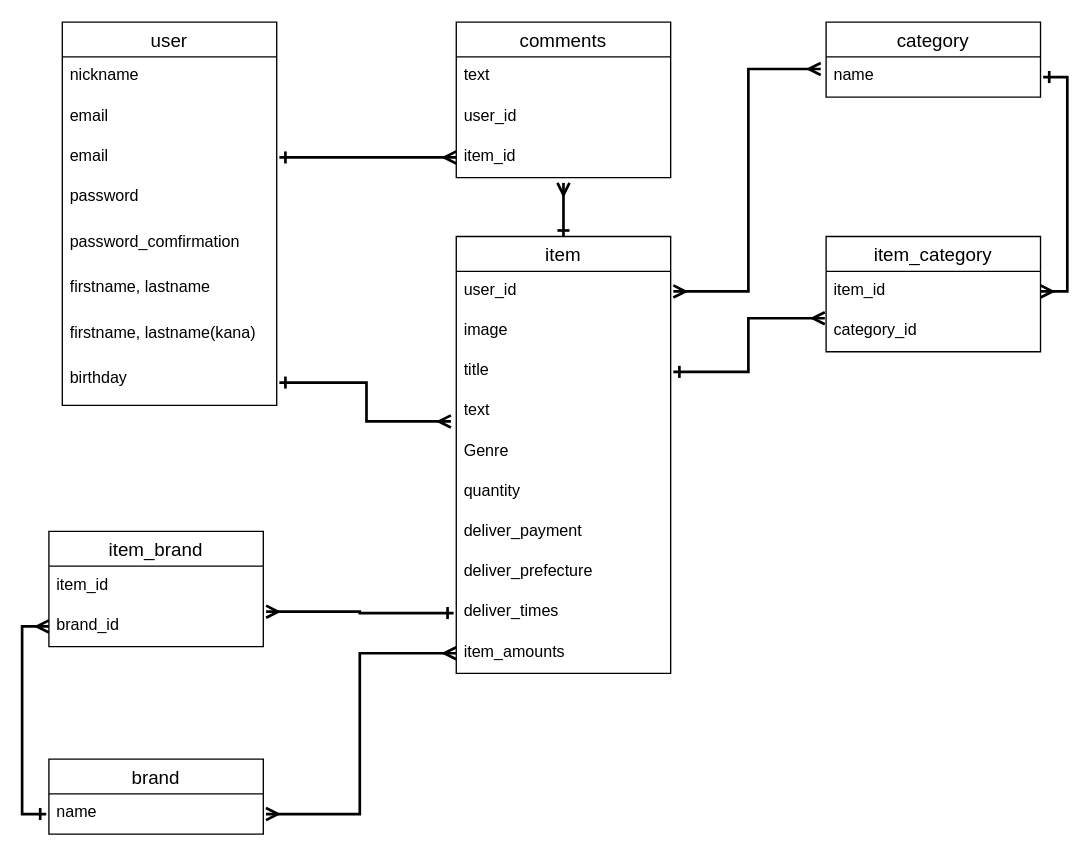
takaya-kinjo/furima-35167 keeps this draw.io diagram as test.dio. Above is the earlier version. Source tidied: cells renumbered, new cells numbered last; positions are measured from the earlier drawing's top-left corner, leaving out a move shared by most shapes. Both pictures are drawn from the tidied source at 134%, with x=0, y=0 at pixel (48, 21).
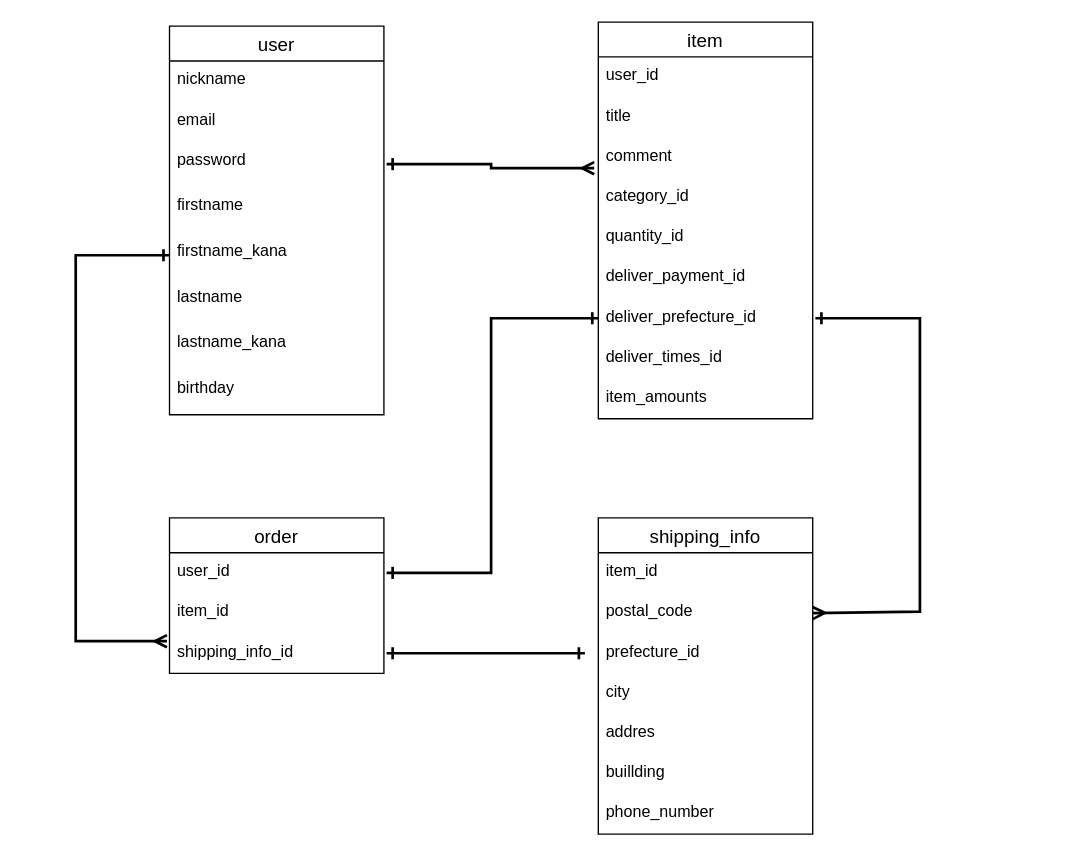
Above is the later version.

The change refers to these unchanged cells:
```xml
<mxCell id="18" value="user_id" style="text;strokeColor=none;fillColor=none;spacingLeft=4;spacingRight=4;overflow=hidden;points=[[0,0.5],[1,0.5]];portConstraint=eastwest;fontSize=12;" parent="17" vertex="1">
  <mxGeometry y="26" width="160" height="30" as="geometry" />
</mxCell>
```

What changed in the source:
```diff
@@
     <mxCell id="2" value="user" style="swimlane;fontStyle=0;horizontal=1;startSize=26;align=center;fontSize=14;" parent="1" vertex="1">
-      <mxGeometry x="10" width="160" height="286" as="geometry" />
+      <mxGeometry x="90" y="3" width="160" height="290" as="geometry" />
     </mxCell>
@@
-    <mxCell id="4" value="email" style="text;strokeColor=none;fillColor=none;spacingLeft=4;spacingRight=4;overflow=hidden;fontSize=12;" parent="2" vertex="1">
-      <mxGeometry y="56" width="160" height="30" as="geometry" />
-    </mxCell>
     <mxCell id="5" value="email" style="text;strokeColor=none;fillColor=none;spacingLeft=4;spacingRight=4;overflow=hidden;points=[[0,0.5],[1,0.5]];portConstraint=eastwest;fontSize=12;" parent="2" vertex="1">
-      <mxGeometry y="86" width="160" height="30" as="geometry" />
+      <mxGeometry y="56" width="160" height="30" as="geometry" />
     </mxCell>
     <mxCell id="6" value="password" style="text;strokeColor=none;fillColor=none;spacingLeft=4;spacingRight=4;overflow=hidden;points=[[0,0.5],[1,0.5]];portConstraint=eastwest;fontSize=12;" parent="2" vertex="1">
-      <mxGeometry y="116" width="160" height="34" as="geometry" />
+      <mxGeometry y="86" width="160" height="34" as="geometry" />
     </mxCell>
-    <mxCell id="7" value="password_comfirmation" style="text;strokeColor=none;fillColor=none;spacingLeft=4;spacingRight=4;overflow=hidden;fontSize=12;" parent="2" vertex="1">
-      <mxGeometry y="150" width="160" height="34" as="geometry" />
-    </mxCell>
+    <mxCell id="45" value="firstname" style="text;strokeColor=none;fillColor=none;spacingLeft=4;spacingRight=4;overflow=hidden;fontSize=12;" parent="2" vertex="1">
+      <mxGeometry y="120" width="160" height="34" as="geometry" />
+    </mxCell>
-    <mxCell id="8" value="firstname, lastname" style="text;strokeColor=none;fillColor=none;spacingLeft=4;spacingRight=4;overflow=hidden;points=[[0,0.5],[1,0.5]];portConstraint=eastwest;fontSize=12;" parent="2" vertex="1">
-      <mxGeometry y="184" width="160" height="34" as="geometry" />
+    <mxCell id="8" value="firstname_kana" style="text;strokeColor=none;fillColor=none;spacingLeft=4;spacingRight=4;overflow=hidden;points=[[0,0.5],[1,0.5]];portConstraint=eastwest;fontSize=12;" parent="2" vertex="1">
+      <mxGeometry y="154" width="160" height="34" as="geometry" />
     </mxCell>
+    <mxCell id="46" value="lastname" style="text;strokeColor=none;fillColor=none;spacingLeft=4;spacingRight=4;overflow=hidden;fontSize=12;" parent="2" vertex="1">
+      <mxGeometry y="188" width="160" height="34" as="geometry" />
+    </mxCell>
-    <mxCell id="9" value="firstname, lastname(kana)" style="text;strokeColor=none;fillColor=none;spacingLeft=4;spacingRight=4;overflow=hidden;fontSize=12;" parent="2" vertex="1">
-      <mxGeometry y="218" width="160" height="34" as="geometry" />
+    <mxCell id="9" value="lastname_kana" style="text;strokeColor=none;fillColor=none;spacingLeft=4;spacingRight=4;overflow=hidden;fontSize=12;" parent="2" vertex="1">
+      <mxGeometry y="222" width="160" height="34" as="geometry" />
     </mxCell>
     <mxCell id="10" value="birthday" style="text;strokeColor=none;fillColor=none;spacingLeft=4;spacingRight=4;overflow=hidden;points=[[0,0.5],[1,0.5]];portConstraint=eastwest;fontSize=12;" parent="2" vertex="1">
-      <mxGeometry y="252" width="160" height="34" as="geometry" />
+      <mxGeometry y="256" width="160" height="34" as="geometry" />
     </mxCell>
-    <mxCell id="11" value="comments" style="swimlane;fontStyle=0;horizontal=1;startSize=26;align=center;fontSize=14;" parent="1" vertex="1">
-      <mxGeometry x="304" width="160" height="116" as="geometry" />
-    </mxCell>
-    <mxCell id="12" value="text" style="text;strokeColor=none;fillColor=none;spacingLeft=4;spacingRight=4;overflow=hidden;fontSize=12;" parent="11" vertex="1">
-      <mxGeometry y="26" width="160" height="30" as="geometry" />
-    </mxCell>
-    <mxCell id="13" value="user_id" style="text;strokeColor=none;fillColor=none;spacingLeft=4;spacingRight=4;overflow=hidden;points=[[0,0.5],[1,0.5]];portConstraint=eastwest;fontSize=12;" parent="11" vertex="1">
-      <mxGeometry y="56" width="160" height="30" as="geometry" />
-    </mxCell>
-    <mxCell id="14" value="item_id" style="text;strokeColor=none;fillColor=none;spacingLeft=4;spacingRight=4;overflow=hidden;points=[[0,0.5],[1,0.5]];portConstraint=eastwest;fontSize=12;" parent="11" vertex="1">
-      <mxGeometry y="86" width="160" height="30" as="geometry" />
-    </mxCell>
-    <mxCell id="15" style="edgeStyle=orthogonalEdgeStyle;rounded=0;jettySize=auto;html=1;entryX=0;entryY=0.5;entryDx=0;entryDy=0;startArrow=ERone;startFill=0;endArrow=ERmany;endFill=0;strokeWidth=2;targetPerimeterSpacing=2;sourcePerimeterSpacing=2;" parent="1" edge="1" source="5" target="14">
-      <mxGeometry relative="1" as="geometry" />
-    </mxCell>
-    <mxCell id="16" style="edgeStyle=orthogonalEdgeStyle;rounded=0;jettySize=auto;html=1;exitX=0.5;exitY=0;exitDx=0;exitDy=0;startArrow=ERone;startFill=0;sourcePerimeterSpacing=2;endArrow=ERmany;endFill=0;targetPerimeterSpacing=2;strokeWidth=2;" parent="1" edge="1" source="17">
-      <mxGeometry relative="1" as="geometry">
-        <mxPoint x="384" y="120" as="targetPoint" />
-      </mxGeometry>
-    </mxCell>
     <mxCell id="17" value="item" style="swimlane;fontStyle=0;horizontal=1;startSize=26;align=center;fontSize=14;" parent="1" vertex="1">
-      <mxGeometry x="304" y="160" width="160" height="326" as="geometry" />
+      <mxGeometry x="410" width="160" height="296" as="geometry" />
     </mxCell>
@@
-    <mxCell id="19" value="image" style="text;strokeColor=none;fillColor=none;spacingLeft=4;spacingRight=4;overflow=hidden;fontSize=12;" parent="17" vertex="1">
-      <mxGeometry y="56" width="160" height="30" as="geometry" />
-    </mxCell>
     <mxCell id="20" value="title" style="text;strokeColor=none;fillColor=none;spacingLeft=4;spacingRight=4;overflow=hidden;points=[[0,0.5],[1,0.5]];portConstraint=eastwest;fontSize=12;" parent="17" vertex="1">
-      <mxGeometry y="86" width="160" height="30" as="geometry" />
+      <mxGeometry y="56" width="160" height="30" as="geometry" />
     </mxCell>
-    <mxCell id="21" value="text" style="text;strokeColor=none;fillColor=none;spacingLeft=4;spacingRight=4;overflow=hidden;points=[[0,0.5],[1,0.5]];portConstraint=eastwest;fontSize=12;" parent="17" vertex="1">
-      <mxGeometry y="116" width="160" height="30" as="geometry" />
+    <mxCell id="21" value="comment" style="text;strokeColor=none;fillColor=none;spacingLeft=4;spacingRight=4;overflow=hidden;points=[[0,0.5],[1,0.5]];portConstraint=eastwest;fontSize=12;" parent="17" vertex="1">
+      <mxGeometry y="86" width="160" height="30" as="geometry" />
     </mxCell>
-    <mxCell id="22" value="Genre" style="text;strokeColor=none;fillColor=none;spacingLeft=4;spacingRight=4;overflow=hidden;fontSize=12;" parent="17" vertex="1">
-      <mxGeometry y="146" width="160" height="30" as="geometry" />
+    <mxCell id="22" value="category_id" style="text;strokeColor=none;fillColor=none;spacingLeft=4;spacingRight=4;overflow=hidden;fontSize=12;" parent="17" vertex="1">
+      <mxGeometry y="116" width="160" height="30" as="geometry" />
     </mxCell>
-    <mxCell id="23" value="quantity" style="text;strokeColor=none;fillColor=none;spacingLeft=4;spacingRight=4;overflow=hidden;fontSize=12;" parent="17" vertex="1">
-      <mxGeometry y="176" width="160" height="30" as="geometry" />
+    <mxCell id="23" value="quantity_id" style="text;strokeColor=none;fillColor=none;spacingLeft=4;spacingRight=4;overflow=hidden;fontSize=12;" parent="17" vertex="1">
+      <mxGeometry y="146" width="160" height="30" as="geometry" />
     </mxCell>
-    <mxCell id="24" value="deliver_payment" style="text;strokeColor=none;fillColor=none;spacingLeft=4;spacingRight=4;overflow=hidden;fontSize=12;" parent="17" vertex="1">
-      <mxGeometry y="206" width="160" height="30" as="geometry" />
+    <mxCell id="24" value="deliver_payment_id" style="text;strokeColor=none;fillColor=none;spacingLeft=4;spacingRight=4;overflow=hidden;fontSize=12;" parent="17" vertex="1">
+      <mxGeometry y="176" width="160" height="30" as="geometry" />
     </mxCell>
-    <mxCell id="25" value="deliver_prefecture" style="text;strokeColor=none;fillColor=none;spacingLeft=4;spacingRight=4;overflow=hidden;points=[[0,0.5],[1,0.5]];portConstraint=eastwest;fontSize=12;" parent="17" vertex="1">
-      <mxGeometry y="236" width="160" height="30" as="geometry" />
+    <mxCell id="25" value="deliver_prefecture_id" style="text;strokeColor=none;fillColor=none;spacingLeft=4;spacingRight=4;overflow=hidden;points=[[0,0.5],[1,0.5]];portConstraint=eastwest;fontSize=12;" parent="17" vertex="1">
+      <mxGeometry y="206" width="160" height="30" as="geometry" />
     </mxCell>
-    <mxCell id="26" value="deliver_times" style="text;strokeColor=none;fillColor=none;spacingLeft=4;spacingRight=4;overflow=hidden;points=[[0,0.5],[1,0.5]];portConstraint=eastwest;fontSize=12;" parent="17" vertex="1">
-      <mxGeometry y="266" width="160" height="30" as="geometry" />
+    <mxCell id="26" value="deliver_times_id" style="text;strokeColor=none;fillColor=none;spacingLeft=4;spacingRight=4;overflow=hidden;points=[[0,0.5],[1,0.5]];portConstraint=eastwest;fontSize=12;" parent="17" vertex="1">
+      <mxGeometry y="236" width="160" height="30" as="geometry" />
     </mxCell>
     <mxCell id="27" value="item_amounts" style="text;strokeColor=none;fillColor=none;spacingLeft=4;spacingRight=4;overflow=hidden;points=[[0,0.5],[1,0.5]];portConstraint=eastwest;fontSize=12;" parent="17" vertex="1">
-      <mxGeometry y="296" width="160" height="30" as="geometry" />
+      <mxGeometry y="266" width="160" height="30" as="geometry" />
     </mxCell>
-    <mxCell id="28" style="edgeStyle=orthogonalEdgeStyle;rounded=0;jettySize=auto;html=1;entryX=-0.025;entryY=0.733;entryDx=0;entryDy=0;entryPerimeter=0;startArrow=ERone;startFill=0;sourcePerimeterSpacing=2;endArrow=ERmany;endFill=0;targetPerimeterSpacing=2;strokeWidth=2;" parent="1" edge="1" source="10" target="21">
-      <mxGeometry relative="1" as="geometry" />
-    </mxCell>
-    <mxCell id="29" value="category" style="swimlane;fontStyle=0;horizontal=1;startSize=26;align=center;fontSize=14;" parent="1" vertex="1">
-      <mxGeometry x="580" width="160" height="56" as="geometry" />
-    </mxCell>
-    <mxCell id="30" value="name" style="text;strokeColor=none;fillColor=none;spacingLeft=4;spacingRight=4;overflow=hidden;points=[[0,0.5],[1,0.5]];portConstraint=eastwest;fontSize=12;" parent="29" vertex="1">
-      <mxGeometry y="26" width="160" height="30" as="geometry" />
-    </mxCell>
-    <mxCell id="31" value="item_category" style="swimlane;fontStyle=0;horizontal=1;startSize=26;align=center;fontSize=14;" parent="1" vertex="1">
-      <mxGeometry x="580" y="160" width="160" height="86" as="geometry" />
-    </mxCell>
-    <mxCell id="32" value="item_id" style="text;strokeColor=none;fillColor=none;spacingLeft=4;spacingRight=4;overflow=hidden;points=[[0,0.5],[1,0.5]];portConstraint=eastwest;fontSize=12;" parent="31" vertex="1">
-      <mxGeometry y="26" width="160" height="30" as="geometry" />
-    </mxCell>
-    <mxCell id="33" value="category_id" style="text;strokeColor=none;fillColor=none;spacingLeft=4;spacingRight=4;overflow=hidden;points=[[0,0.5],[1,0.5]];portConstraint=eastwest;fontSize=12;" parent="31" vertex="1">
-      <mxGeometry y="56" width="160" height="30" as="geometry" />
-    </mxCell>
-    <mxCell id="34" style="edgeStyle=orthogonalEdgeStyle;rounded=0;jettySize=auto;html=1;entryX=-0.025;entryY=0.3;entryDx=0;entryDy=0;entryPerimeter=0;startArrow=ERmany;startFill=0;sourcePerimeterSpacing=2;endArrow=ERmany;endFill=0;targetPerimeterSpacing=2;strokeWidth=2;" parent="1" edge="1" source="18" target="30">
-      <mxGeometry relative="1" as="geometry" />
-    </mxCell>
-    <mxCell id="35" style="edgeStyle=orthogonalEdgeStyle;rounded=0;jettySize=auto;html=1;entryX=1;entryY=0.5;entryDx=0;entryDy=0;startArrow=ERone;startFill=0;sourcePerimeterSpacing=2;endArrow=ERmany;endFill=0;targetPerimeterSpacing=2;strokeWidth=2;" parent="1" edge="1" source="30" target="32">
-      <mxGeometry relative="1" as="geometry">
-        <Array as="points">
-          <mxPoint x="760" y="41" />
-          <mxPoint x="760" y="201" />
-        </Array>
-      </mxGeometry>
-    </mxCell>
-    <mxCell id="36" style="edgeStyle=orthogonalEdgeStyle;rounded=0;jettySize=auto;html=1;entryX=-0.006;entryY=0.167;entryDx=0;entryDy=0;entryPerimeter=0;startArrow=ERone;startFill=0;sourcePerimeterSpacing=2;endArrow=ERmany;endFill=0;targetPerimeterSpacing=2;strokeWidth=2;" parent="1" edge="1" source="20" target="33">
-      <mxGeometry relative="1" as="geometry" />
-    </mxCell>
-    <mxCell id="37" value="brand" style="swimlane;fontStyle=0;horizontal=1;startSize=26;align=center;fontSize=14;" parent="1" vertex="1">
-      <mxGeometry y="550" width="160" height="56" as="geometry" />
-    </mxCell>
-    <mxCell id="38" value="name" style="text;strokeColor=none;fillColor=none;spacingLeft=4;spacingRight=4;overflow=hidden;points=[[0,0.5],[1,0.5]];portConstraint=eastwest;fontSize=12;" parent="37" vertex="1">
-      <mxGeometry y="26" width="160" height="30" as="geometry" />
-    </mxCell>
-    <mxCell id="39" style="edgeStyle=orthogonalEdgeStyle;rounded=0;jettySize=auto;html=1;entryX=0;entryY=0.5;entryDx=0;entryDy=0;startArrow=ERmany;startFill=0;sourcePerimeterSpacing=2;endArrow=ERmany;endFill=0;targetPerimeterSpacing=2;strokeWidth=2;" parent="1" edge="1" source="38" target="27">
-      <mxGeometry relative="1" as="geometry" />
-    </mxCell>
-    <mxCell id="40" value="item_brand" style="swimlane;fontStyle=0;horizontal=1;startSize=26;align=center;fontSize=14;" parent="1" vertex="1">
-      <mxGeometry y="380" width="160" height="86" as="geometry" />
-    </mxCell>
-    <mxCell id="41" value="item_id" style="text;strokeColor=none;fillColor=none;spacingLeft=4;spacingRight=4;overflow=hidden;fontSize=12;" parent="40" vertex="1">
-      <mxGeometry y="26" width="160" height="30" as="geometry" />
-    </mxCell>
-    <mxCell id="42" value="brand_id" style="text;strokeColor=none;fillColor=none;spacingLeft=4;spacingRight=4;overflow=hidden;points=[[0,0.5],[1,0.5]];portConstraint=eastwest;fontSize=12;" parent="40" vertex="1">
-      <mxGeometry y="56" width="160" height="30" as="geometry" />
-    </mxCell>
-    <mxCell id="43" style="edgeStyle=orthogonalEdgeStyle;rounded=0;jettySize=auto;html=1;entryX=0;entryY=0.5;entryDx=0;entryDy=0;startArrow=ERone;startFill=0;sourcePerimeterSpacing=2;endArrow=ERmany;endFill=0;targetPerimeterSpacing=2;strokeWidth=2;" parent="1" edge="1" source="38" target="42">
-      <mxGeometry relative="1" as="geometry" />
-    </mxCell>
-    <mxCell id="44" style="edgeStyle=orthogonalEdgeStyle;rounded=0;jettySize=auto;html=1;entryX=1.013;entryY=0.133;entryDx=0;entryDy=0;entryPerimeter=0;startArrow=ERone;startFill=0;sourcePerimeterSpacing=2;endArrow=ERmany;endFill=0;targetPerimeterSpacing=2;strokeWidth=2;" parent="1" edge="1" source="26" target="42">
-      <mxGeometry relative="1" as="geometry">
-        <Array as="points">
-          <mxPoint x="232" y="441" />
-          <mxPoint x="232" y="440" />
-        </Array>
-      </mxGeometry>
-    </mxCell>
+    <mxCell id="47" value="shipping_info" style="swimlane;fontStyle=0;horizontal=1;startSize=26;align=center;fontSize=14;" parent="1" vertex="1">
+      <mxGeometry x="410" y="370" width="160" height="236" as="geometry" />
+    </mxCell>
+    <mxCell id="48" value="item_id" style="text;strokeColor=none;fillColor=none;spacingLeft=4;spacingRight=4;overflow=hidden;fontSize=12;" parent="47" vertex="1">
+      <mxGeometry y="26" width="160" height="30" as="geometry" />
+    </mxCell>
+    <mxCell id="49" value="postal_code" style="text;strokeColor=none;fillColor=none;spacingLeft=4;spacingRight=4;overflow=hidden;points=[[0,0.5],[1,0.5]];portConstraint=eastwest;fontSize=12;" parent="47" vertex="1">
+      <mxGeometry y="56" width="160" height="30" as="geometry" />
+    </mxCell>
+    <mxCell id="50" value="prefecture_id" style="text;strokeColor=none;fillColor=none;spacingLeft=4;spacingRight=4;overflow=hidden;fontSize=12;" parent="47" vertex="1">
+      <mxGeometry y="86" width="160" height="30" as="geometry" />
+    </mxCell>
+    <mxCell id="51" value="city" style="text;strokeColor=none;fillColor=none;spacingLeft=4;spacingRight=4;overflow=hidden;fontSize=12;" parent="47" vertex="1">
+      <mxGeometry y="116" width="160" height="30" as="geometry" />
+    </mxCell>
+    <mxCell id="52" value="addres" style="text;strokeColor=none;fillColor=none;spacingLeft=4;spacingRight=4;overflow=hidden;fontSize=12;" parent="47" vertex="1">
+      <mxGeometry y="146" width="160" height="30" as="geometry" />
+    </mxCell>
+    <mxCell id="53" value="buillding" style="text;strokeColor=none;fillColor=none;spacingLeft=4;spacingRight=4;overflow=hidden;fontSize=12;" parent="47" vertex="1">
+      <mxGeometry y="176" width="160" height="30" as="geometry" />
+    </mxCell>
+    <mxCell id="54" value="phone_number" style="text;strokeColor=none;fillColor=none;spacingLeft=4;spacingRight=4;overflow=hidden;fontSize=12;" parent="47" vertex="1">
+      <mxGeometry y="206" width="160" height="30" as="geometry" />
+    </mxCell>
+    <mxCell id="55" value="order" style="swimlane;fontStyle=0;horizontal=1;startSize=26;align=center;fontSize=14;" parent="1" vertex="1">
+      <mxGeometry x="90" y="370" width="160" height="116" as="geometry" />
+    </mxCell>
+    <mxCell id="13" value="user_id" style="text;strokeColor=none;fillColor=none;spacingLeft=4;spacingRight=4;overflow=hidden;points=[[0,0.5],[1,0.5]];portConstraint=eastwest;fontSize=12;" parent="55" vertex="1">
+      <mxGeometry y="26" width="160" height="30" as="geometry" />
+    </mxCell>
+    <mxCell id="56" value="item_id" style="text;strokeColor=none;fillColor=none;spacingLeft=4;spacingRight=4;overflow=hidden;fontSize=12;" parent="55" vertex="1">
+      <mxGeometry y="56" width="160" height="30" as="geometry" />
+    </mxCell>
+    <mxCell id="57" value="shipping_info_id" style="text;strokeColor=none;fillColor=none;spacingLeft=4;spacingRight=4;overflow=hidden;points=[[0,0.5],[1,0.5]];portConstraint=eastwest;fontSize=12;" parent="55" vertex="1">
+      <mxGeometry y="86" width="160" height="30" as="geometry" />
+    </mxCell>
+    <mxCell id="58" style="edgeStyle=orthogonalEdgeStyle;rounded=0;jettySize=auto;html=1;startArrow=ERone;startFill=0;sourcePerimeterSpacing=2;endArrow=ERmany;endFill=0;targetPerimeterSpacing=2;strokeWidth=2;entryX=-0.019;entryY=0.767;entryDx=0;entryDy=0;entryPerimeter=0;" parent="1" edge="1" source="6" target="21">
+      <mxGeometry relative="1" as="geometry" />
+    </mxCell>
+    <mxCell id="59" style="edgeStyle=orthogonalEdgeStyle;rounded=0;jettySize=auto;html=1;exitX=0;exitY=0.5;exitDx=0;exitDy=0;entryX=-0.012;entryY=0.2;entryDx=0;entryDy=0;entryPerimeter=0;startArrow=ERone;startFill=0;sourcePerimeterSpacing=2;endArrow=ERmany;endFill=0;targetPerimeterSpacing=2;strokeWidth=2;" parent="1" edge="1" source="8" target="57">
+      <mxGeometry relative="1" as="geometry">
+        <Array as="points">
+          <mxPoint x="20" y="174" />
+          <mxPoint x="20" y="462" />
+        </Array>
+      </mxGeometry>
+    </mxCell>
+    <mxCell id="60" style="edgeStyle=orthogonalEdgeStyle;rounded=0;jettySize=auto;html=1;entryX=0;entryY=0.5;entryDx=0;entryDy=0;startArrow=ERone;startFill=0;sourcePerimeterSpacing=2;endArrow=ERone;endFill=0;targetPerimeterSpacing=2;strokeWidth=2;" parent="1" edge="1" source="13" target="25">
+      <mxGeometry relative="1" as="geometry" />
+    </mxCell>
+    <mxCell id="61" style="edgeStyle=orthogonalEdgeStyle;rounded=0;jettySize=auto;html=1;entryX=1;entryY=0.5;entryDx=0;entryDy=0;startArrow=ERone;startFill=0;sourcePerimeterSpacing=2;endArrow=ERmany;endFill=0;targetPerimeterSpacing=2;strokeWidth=2;" parent="1" edge="1" source="25" target="49">
+      <mxGeometry relative="1" as="geometry">
+        <Array as="points">
+          <mxPoint x="650" y="221" />
+          <mxPoint x="650" y="440" />
+          <mxPoint x="570" y="440" />
+        </Array>
+      </mxGeometry>
+    </mxCell>
+    <mxCell id="62" style="edgeStyle=orthogonalEdgeStyle;rounded=0;jettySize=auto;html=1;startArrow=ERone;startFill=0;sourcePerimeterSpacing=2;endArrow=ERone;endFill=0;targetPerimeterSpacing=2;strokeWidth=2;" parent="1" edge="1" source="57">
+      <mxGeometry relative="1" as="geometry">
+        <mxPoint x="400" y="471" as="targetPoint" />
+      </mxGeometry>
+    </mxCell>
```
